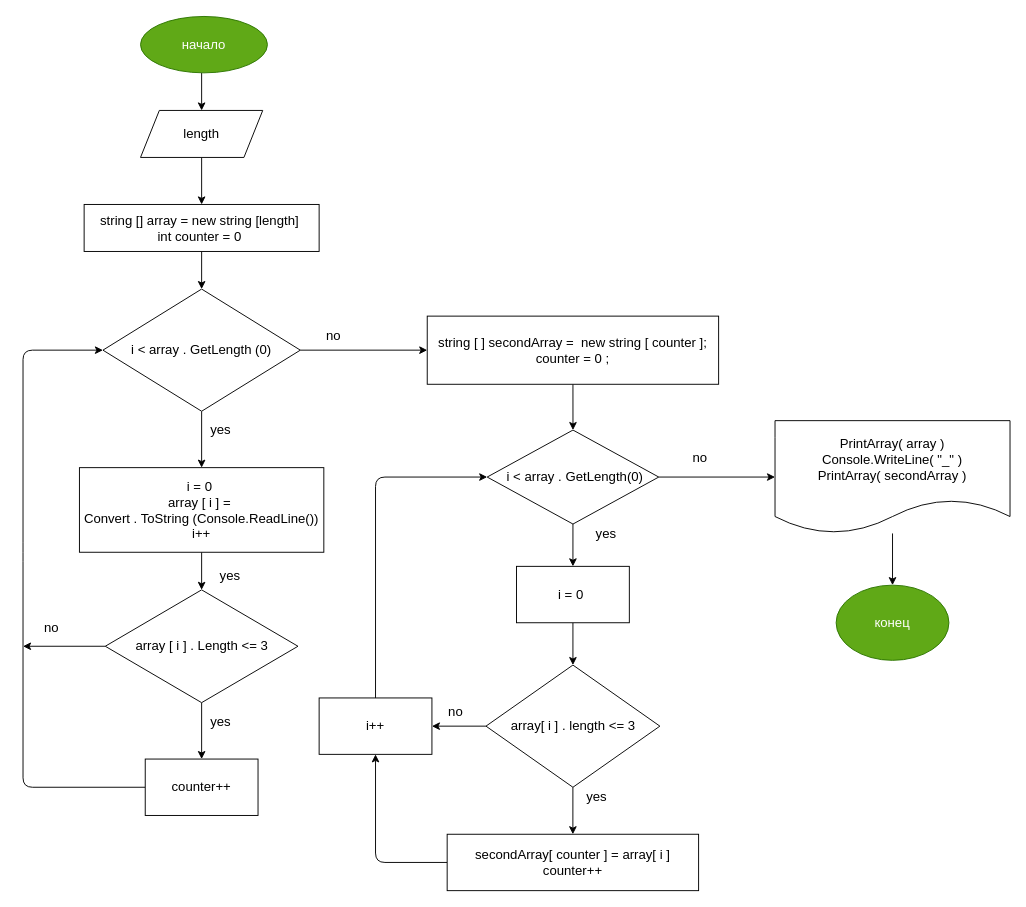
Above: diagram.drawio in Islam408/control-work-GB (draw.io), before the change. Source tidied: cells renumbered, new cells numbered last; positions are measured from the earlier drawing's top-left corner, leaving out a move shared by most shapes. Both pictures are drawn from the tidied source at 94%, with x=0, y=0 at pixel (23, 16).
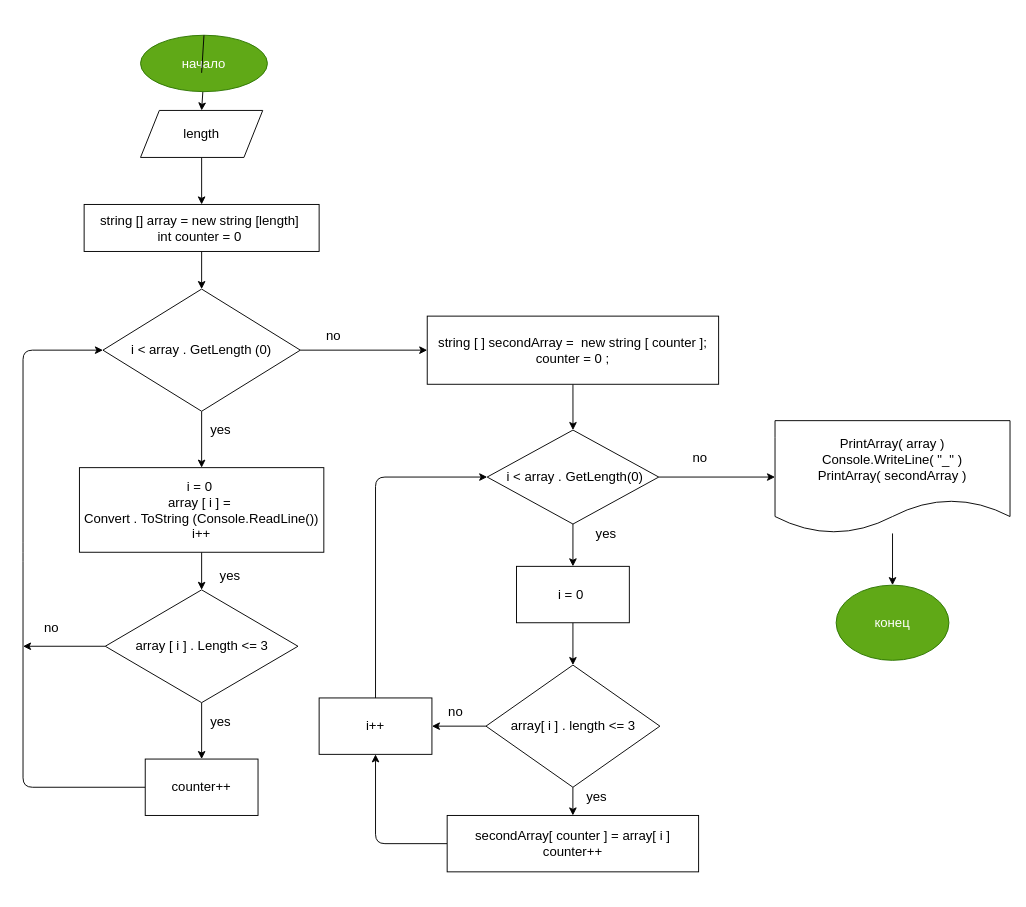
After the change.

The change refers to these unchanged cells:
```xml
<mxCell id="4" value="&lt;font style=&quot;font-size: 14px&quot;&gt;length&lt;/font&gt;" style="shape=parallelogram;perimeter=parallelogramPerimeter;whiteSpace=wrap;html=1;fixedSize=1;" parent="1" vertex="1">
  <mxGeometry x="125" y="100" width="130" height="50" as="geometry" />
</mxCell>
<mxCell id="35" value="i++" style="rounded=0;whiteSpace=wrap;html=1;fontSize=14;" parent="1" vertex="1">
  <mxGeometry x="315" y="725" width="120" height="60" as="geometry" />
</mxCell>
```

Diff of the diagram source:
```diff
@@
-    <mxCell id="2" style="edgeStyle=none;html=1;entryX=0.5;entryY=0;entryDx=0;entryDy=0;" parent="1" edge="1" target="4">
-      <mxGeometry relative="1" as="geometry">
-        <mxPoint x="190" y="60" as="sourcePoint" />
-      </mxGeometry>
+    <mxCell id="2" style="edgeStyle=none;html=1;entryX=0.5;entryY=0;entryDx=0;entryDy=0;startArrow=none;" parent="1" edge="1" source="43" target="4">
+      <mxGeometry relative="1" as="geometry" />
     </mxCell>
@@
     <mxCell id="32" style="edgeStyle=none;html=1;entryX=0.5;entryY=1;entryDx=0;entryDy=0;fontSize=14;" parent="1" edge="1" source="33" target="35">
       <mxGeometry relative="1" as="geometry">
         <Array as="points">
-          <mxPoint x="375" y="900" />
+          <mxPoint x="375" y="880" />
         </Array>
       </mxGeometry>
     </mxCell>
     <mxCell id="33" value="secondArray[ counter ] = array[ i ] counter++" style="rounded=0;whiteSpace=wrap;html=1;fontSize=14;" parent="1" vertex="1">
-      <mxGeometry x="451.2" y="870" width="267.5" height="60" as="geometry" />
+      <mxGeometry x="451.2" y="850" width="267.5" height="60" as="geometry" />
     </mxCell>
@@
     <mxCell id="43" value="&lt;font style=&quot;font-size: 14px&quot;&gt;начало&lt;/font&gt;" style="ellipse;whiteSpace=wrap;html=1;fillColor=#60a917;fontColor=#ffffff;strokeColor=#2D7600;" parent="1" vertex="1">
-      <mxGeometry x="125" width="135" height="60" as="geometry" />
+      <mxGeometry x="125" y="20" width="135" height="60" as="geometry" />
     </mxCell>
+    <mxCell id="44" style="edgeStyle=none;html=1;entryX=0.5;entryY=0;entryDx=0;entryDy=0;endArrow=none;" parent="1" edge="1" target="43">
+      <mxGeometry relative="1" as="geometry">
+        <mxPoint x="190" y="60" as="sourcePoint" />
+      </mxGeometry>
+    </mxCell>
```
